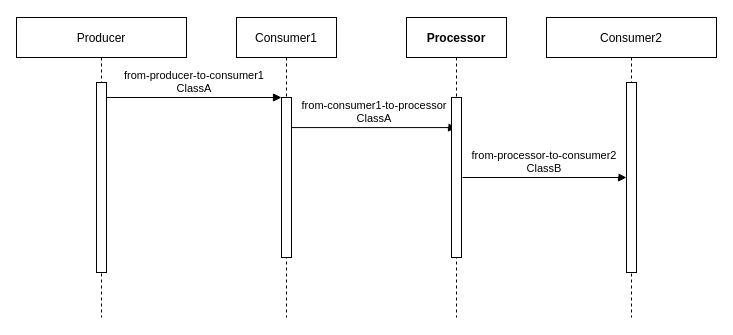
Before: Sequence_Diagram.drawio in freedev/quarkus-smallrye-reactive-messaging-example, a draw.io diagram. Source tidied: cells renumbered, new cells numbered last; positions are measured from the earlier drawing's top-left corner, leaving out a move shared by most shapes. Both pictures are drawn from the tidied source at 100%, with x=0, y=0 at pixel (16, 17).
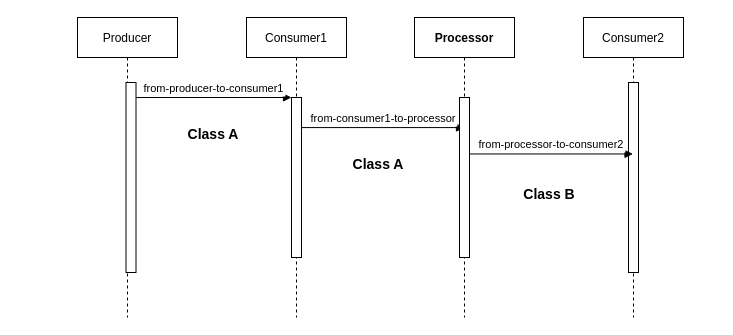
The same page after the edit.

Commit message (it also covers changes not shown here):
added sequence diagram

Change to the diagram source:
```diff
@@
 <mxGraphModel>
   <root>
     <mxCell id="0" />
     <mxCell id="1" parent="0" />
     <mxCell id="2" value="Producer" style="shape=umlLifeline;perimeter=lifelinePerimeter;rounded=0;shadow=0;strokeWidth=1;fontColor=#000000;fillColor=#FFFFFF;strokeColor=#000000;" parent="1" vertex="1">
-      <mxGeometry width="170" height="300" as="geometry" />
+      <mxGeometry x="61" width="100" height="300" as="geometry" />
     </mxCell>
     <mxCell id="3" style="points=[];perimeter=orthogonalPerimeter;rounded=0;shadow=0;strokeWidth=1;" parent="2" vertex="1">
-      <mxGeometry x="80" y="65" width="10" height="190" as="geometry" />
+      <mxGeometry x="48.5" y="65" width="10" height="190" as="geometry" />
     </mxCell>
     <mxCell id="4" value="Consumer1" style="shape=umlLifeline;perimeter=lifelinePerimeter;rounded=0;shadow=0;strokeWidth=1;" parent="1" vertex="1">
-      <mxGeometry x="220" width="100" height="300" as="geometry" />
+      <mxGeometry x="230" width="100" height="300" as="geometry" />
     </mxCell>
     <mxCell id="5" style="points=[];perimeter=orthogonalPerimeter;rounded=0;shadow=0;strokeWidth=1;" parent="4" vertex="1">
       <mxGeometry x="45" y="80" width="10" height="160" as="geometry" />
     </mxCell>
-    <mxCell id="6" value="from-producer-to-consumer1&#10;ClassA" style="verticalAlign=bottom;endArrow=block;entryX=0;entryY=0;shadow=0;strokeWidth=1;fillColor=#FFFFFF;" parent="1" edge="1" source="3" target="5">
+    <mxCell id="6" value="from-producer-to-consumer1" style="verticalAlign=bottom;endArrow=block;entryX=0;entryY=0;shadow=0;strokeWidth=1;fillColor=#FFFFFF;" parent="1" edge="1" source="3" target="5">
       <mxGeometry relative="1" as="geometry" />
     </mxCell>
-    <mxCell id="7" value="from-consumer1-to-processor&#10;ClassA" style="verticalAlign=bottom;endArrow=block;entryX=0.5;entryY=0.188;shadow=0;strokeWidth=1;entryDx=0;entryDy=0;entryPerimeter=0;" parent="1" edge="1" source="5" target="9">
+    <mxCell id="7" value="from-consumer1-to-processor" style="verticalAlign=bottom;endArrow=block;entryX=0.5;entryY=0.188;shadow=0;strokeWidth=1;entryDx=0;entryDy=0;entryPerimeter=0;" parent="1" edge="1" source="5" target="9">
       <mxGeometry relative="1" as="geometry" />
     </mxCell>
     <mxCell id="8" value="Processor" style="shape=umlLifeline;perimeter=lifelinePerimeter;rounded=0;shadow=0;strokeWidth=1;fontStyle=1;" parent="1" vertex="1">
-      <mxGeometry x="390" width="100" height="300" as="geometry" />
+      <mxGeometry x="398" width="100" height="300" as="geometry" />
     </mxCell>
     <mxCell id="9" style="points=[];perimeter=orthogonalPerimeter;rounded=0;shadow=0;strokeWidth=1;" parent="8" vertex="1">
       <mxGeometry x="45" y="80" width="10" height="160" as="geometry" />
     </mxCell>
     <mxCell id="10" value="Consumer2" style="shape=umlLifeline;perimeter=lifelinePerimeter;rounded=0;shadow=0;strokeWidth=1;fontColor=#000000;fillColor=#FFFFFF;strokeColor=#000000;" parent="1" vertex="1">
-      <mxGeometry x="530" width="170" height="300" as="geometry" />
+      <mxGeometry x="567" width="100" height="300" as="geometry" />
     </mxCell>
     <mxCell id="11" style="points=[];perimeter=orthogonalPerimeter;rounded=0;shadow=0;strokeWidth=1;" parent="10" vertex="1">
-      <mxGeometry x="80" y="65" width="10" height="190" as="geometry" />
+      <mxGeometry x="45" y="65" width="10" height="190" as="geometry" />
     </mxCell>
-    <mxCell id="12" value="from-processor-to-consumer2&#10;ClassB" style="verticalAlign=bottom;endArrow=block;entryX=0;entryY=0.5;shadow=0;strokeWidth=1;entryDx=0;entryDy=0;entryPerimeter=0;exitX=1.1;exitY=0.5;exitDx=0;exitDy=0;exitPerimeter=0;" parent="1" edge="1" source="9" target="11">
+    <mxCell id="12" value="from-processor-to-consumer2" style="verticalAlign=bottom;endArrow=block;shadow=0;strokeWidth=1;exitX=1;exitY=0.353;exitDx=0;exitDy=0;exitPerimeter=0;" parent="1" edge="1" source="9" target="10">
       <mxGeometry relative="1" as="geometry" />
     </mxCell>
+    <mxCell id="13" value="&lt;b&gt;Class A&lt;/b&gt;" style="text;html=1;strokeColor=none;fillColor=none;align=center;verticalAlign=middle;whiteSpace=wrap;rounded=0;fontSize=14;" parent="1" vertex="1">
+      <mxGeometry x="167" y="102" width="60" height="30" as="geometry" />
+    </mxCell>
+    <mxCell id="14" value="&lt;b&gt;Class A&lt;/b&gt;" style="text;html=1;strokeColor=none;fillColor=none;align=center;verticalAlign=middle;whiteSpace=wrap;rounded=0;fontSize=14;" parent="1" vertex="1">
+      <mxGeometry x="332" y="132" width="60" height="30" as="geometry" />
+    </mxCell>
+    <mxCell id="15" value="&lt;b&gt;Class B&lt;/b&gt;" style="text;html=1;strokeColor=none;fillColor=none;align=center;verticalAlign=middle;whiteSpace=wrap;rounded=0;fontSize=14;" parent="1" vertex="1">
+      <mxGeometry x="503" y="162" width="60" height="30" as="geometry" />
+    </mxCell>
   </root>
 </mxGraphModel>
```
